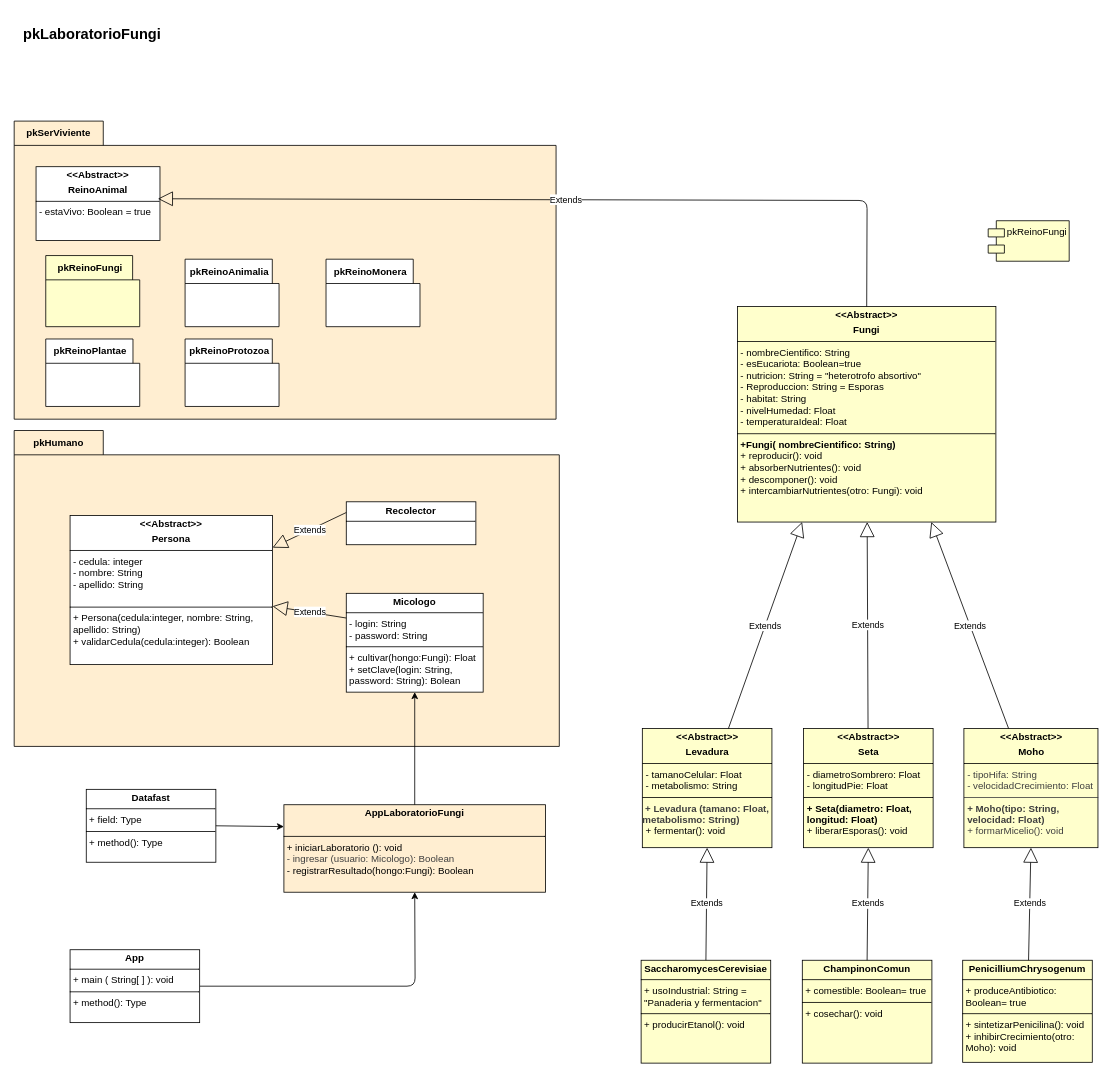
Before: desing/Desing2/ClassDiagram.drawio in larry2004h-hash/ProyectoReinoFungi, a draw.io diagram. Source tidied: cells renumbered, new cells numbered last; positions are measured from the earlier drawing's top-left corner, leaving out a move shared by most shapes. Both pictures are drawn from the tidied source at 81%, with x=0, y=0 at pixel (14, 14).
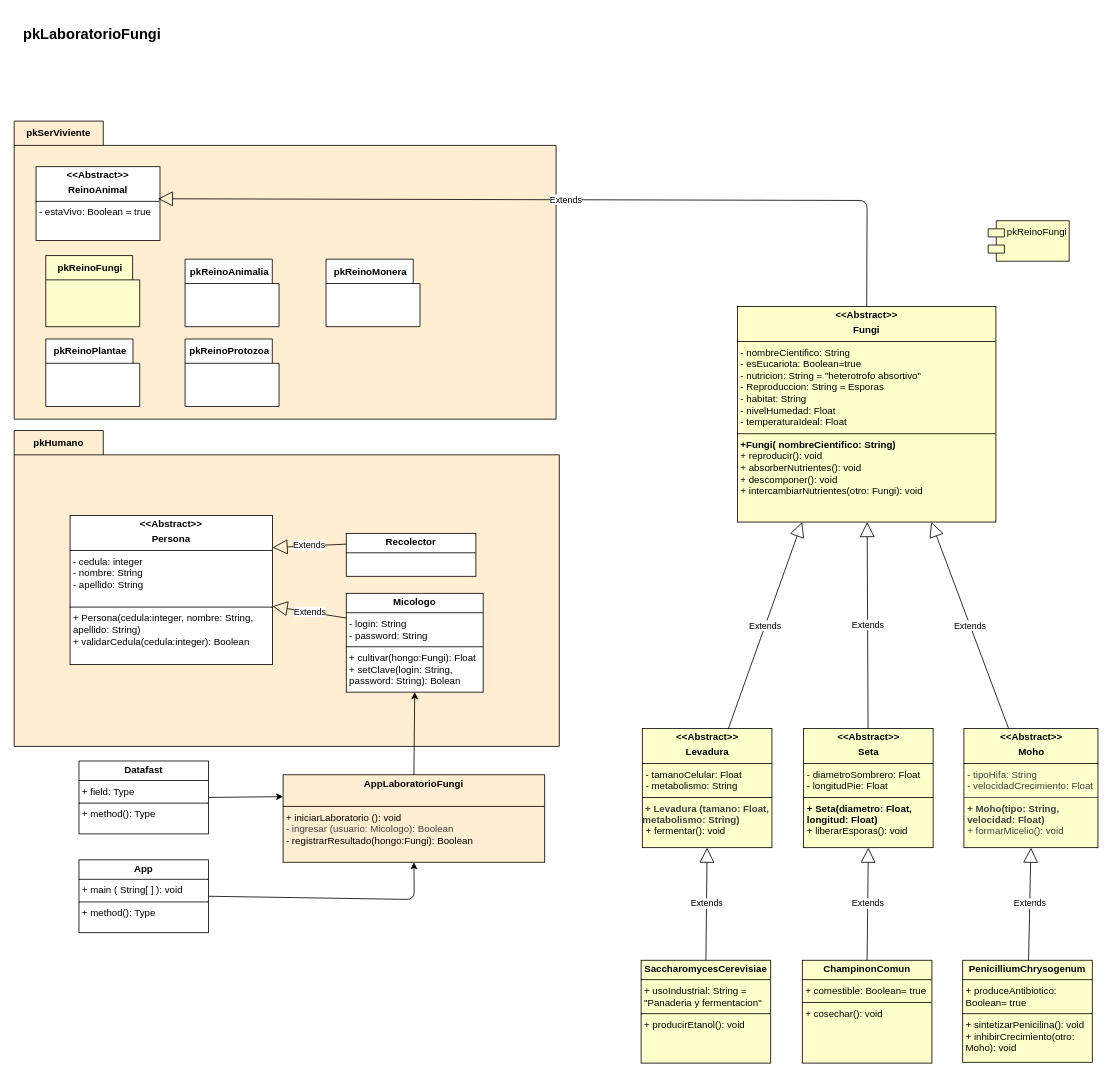
The same page after the edit.

The change refers to these unchanged cells:
```xml
<mxCell id="2" value="pkHumano" style="shape=folder;fontStyle=1;tabWidth=110;tabHeight=30;tabPosition=left;html=1;boundedLbl=1;labelInHeader=1;whiteSpace=wrap;fillColor=#FFEED1;" parent="1" vertex="1">
  <mxGeometry y="514" width="673" height="390" as="geometry" />
</mxCell>
```

The edit, as a diff of the source:
```diff
@@
-    <mxCell id="3" value="&lt;p style=&quot;margin:0px;margin-top:4px;text-align:center;&quot;&gt;&lt;b&gt;Recolector&lt;/b&gt;&lt;/p&gt;&lt;hr size=&quot;1&quot; style=&quot;border-style:solid;&quot;&gt;&lt;p style=&quot;margin:0px;margin-left:4px;&quot;&gt;&lt;br&gt;&lt;/p&gt;" style="verticalAlign=top;align=left;overflow=fill;html=1;whiteSpace=wrap;" parent="1" vertex="1">
-      <mxGeometry x="410" y="602" width="160" height="53" as="geometry" />
+    <mxCell id="3" value="&lt;p style=&quot;margin:0px;margin-top:4px;text-align:center;&quot;&gt;&lt;b&gt;Recolector&lt;/b&gt;&lt;/p&gt;&lt;hr size=&quot;1&quot; style=&quot;border-style:solid;&quot;&gt;&lt;p style=&quot;margin:0px;margin-left:4px;&quot;&gt;&lt;br&gt;&lt;/p&gt;" style="verticalAlign=top;align=left;overflow=fill;html=1;whiteSpace=wrap;" parent="2" vertex="1">
+      <mxGeometry x="410" y="127" width="160" height="53" as="geometry" />
     </mxCell>
@@
     <mxCell id="5" value="&lt;p style=&quot;margin:0px;margin-top:4px;text-align:center;&quot;&gt;&lt;b&gt;AppLaboratorioFungi&lt;/b&gt;&lt;/p&gt;&lt;p style=&quot;margin:0px;margin-left:4px;&quot;&gt;&lt;br&gt;&lt;/p&gt;&lt;hr size=&quot;1&quot; style=&quot;border-style:solid;&quot;&gt;&lt;p style=&quot;margin:0px;margin-left:4px;&quot;&gt;+ iniciarLaboratorio (): void&lt;/p&gt;&lt;p style=&quot;margin:0px;margin-left:4px;&quot;&gt;&lt;span style=&quot;color: rgb(63, 63, 63);&quot;&gt;- ingresar (usuario: Micologo): Boolean&lt;/span&gt;&lt;/p&gt;&lt;p style=&quot;margin:0px;margin-left:4px;&quot;&gt;- registrarResultado(hongo:Fungi): Boolean&lt;/p&gt;&lt;p style=&quot;margin:0px;margin-left:4px;&quot;&gt;&lt;br&gt;&lt;/p&gt;&lt;p style=&quot;margin:0px;margin-left:4px;&quot;&gt;&lt;br&gt;&lt;/p&gt;" style="verticalAlign=top;align=left;overflow=fill;html=1;whiteSpace=wrap;fillColor=#FFEED1;strokeColor=#000000;rounded=0;glass=0;" parent="1" vertex="1">
-      <mxGeometry x="333" y="976" width="323" height="108" as="geometry" />
+      <mxGeometry x="332" y="939" width="323" height="108" as="geometry" />
     </mxCell>
     <mxCell id="6" value="&lt;p style=&quot;margin:0px;margin-top:4px;text-align:center;&quot;&gt;&lt;b&gt;Datafast&lt;/b&gt;&lt;/p&gt;&lt;hr size=&quot;1&quot; style=&quot;border-style:solid;&quot;&gt;&lt;p style=&quot;margin:0px;margin-left:4px;&quot;&gt;+ field: Type&lt;/p&gt;&lt;hr size=&quot;1&quot; style=&quot;border-style:solid;&quot;&gt;&lt;p style=&quot;margin:0px;margin-left:4px;&quot;&gt;+ method(): Type&lt;/p&gt;" style="verticalAlign=top;align=left;overflow=fill;html=1;whiteSpace=wrap;" parent="1" vertex="1">
-      <mxGeometry x="89" y="957" width="160" height="90" as="geometry" />
+      <mxGeometry x="80" y="922" width="160" height="90" as="geometry" />
     </mxCell>
@@
     <mxCell id="37" style="edgeStyle=none;html=1;exitX=1;exitY=0.5;exitDx=0;exitDy=0;entryX=0.5;entryY=1;entryDx=0;entryDy=0;" parent="1" edge="1" source="38" target="5">
       <mxGeometry relative="1" as="geometry">
         <Array as="points">
-          <mxPoint x="495" y="1200" />
+          <mxPoint x="494" y="1093" />
         </Array>
       </mxGeometry>
     </mxCell>
     <mxCell id="38" value="&lt;p style=&quot;margin:0px;margin-top:4px;text-align:center;&quot;&gt;&lt;b&gt;App&lt;/b&gt;&lt;/p&gt;&lt;hr size=&quot;1&quot; style=&quot;border-style:solid;&quot;&gt;&lt;p style=&quot;margin:0px;margin-left:4px;&quot;&gt;+ main ( String[ ] ): void&lt;/p&gt;&lt;hr size=&quot;1&quot; style=&quot;border-style:solid;&quot;&gt;&lt;p style=&quot;margin:0px;margin-left:4px;&quot;&gt;+ method(): Type&lt;/p&gt;" style="verticalAlign=top;align=left;overflow=fill;html=1;whiteSpace=wrap;" parent="1" vertex="1">
-      <mxGeometry x="69" y="1155" width="160" height="90" as="geometry" />
+      <mxGeometry x="80" y="1044" width="160" height="90" as="geometry" />
     </mxCell>
```
